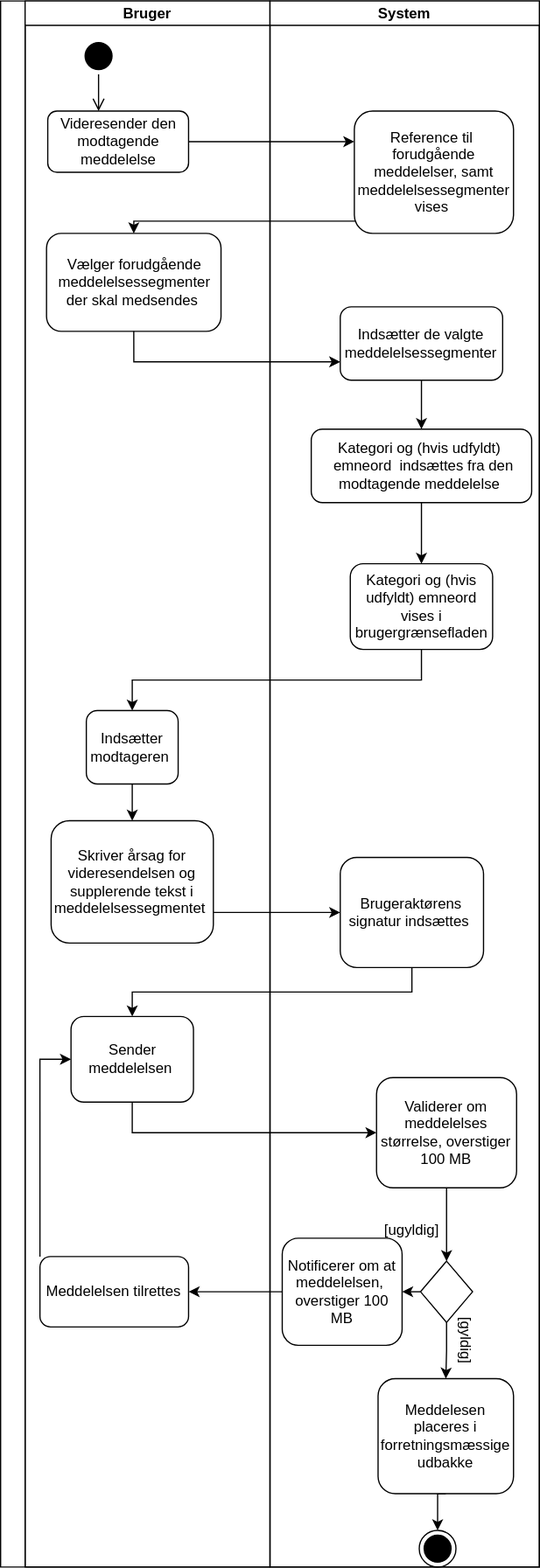
Before: docs/assets/images/DK_S3_VideresendCc.drawio.svg, a diagram exported from draw.io (medcomdk/dk-medcom-carecommunication). Source tidied: cells renumbered, new cells last; positions are measured from the earlier drawing's top-left corner, leaving out a move shared by most shapes.
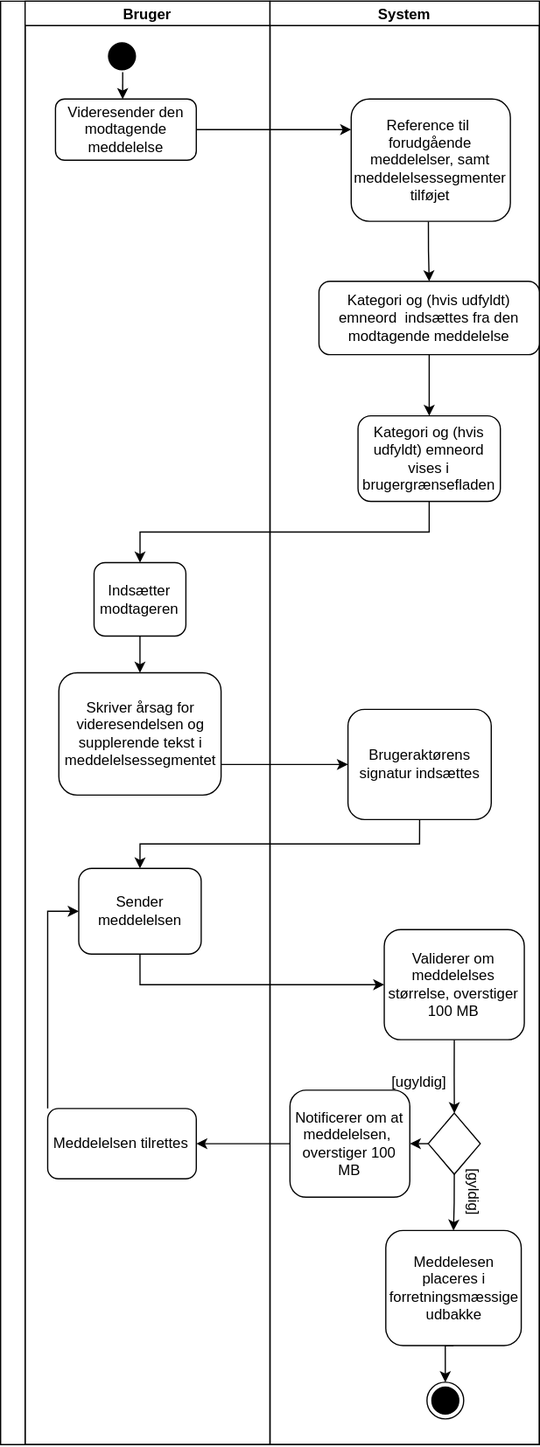
Later version of the same file.

The edit, as a diff of the source:
```diff
@@ -3,95 +3,82 @@
     <mxCell id="0" />
     <mxCell id="1" parent="0" />
     <mxCell id="2" style="swimlane;startSize=20;horizontal=0;" parent="1" vertex="1">
-      <mxGeometry width="440" height="1280" as="geometry" />
+      <mxGeometry width="440" height="1180" as="geometry" />
     </mxCell>
+    <mxCell id="14" style="edgeStyle=orthogonalEdgeStyle;rounded=0;jettySize=auto;html=1;exitX=1;exitY=0.5;exitDx=0;exitDy=0;entryX=0;entryY=0.25;entryDx=0;entryDy=0;" parent="2" edge="1" source="6" target="22">
+      <mxGeometry relative="1" as="geometry" />
+    </mxCell>
+    <mxCell id="17" style="edgeStyle=orthogonalEdgeStyle;rounded=0;jettySize=auto;html=1;exitX=0.5;exitY=1;exitDx=0;exitDy=0;" parent="2" edge="1" source="25" target="8">
+      <mxGeometry relative="1" as="geometry" />
+    </mxCell>
+    <mxCell id="18" style="edgeStyle=orthogonalEdgeStyle;rounded=0;jettySize=auto;html=1;" parent="2" edge="1" source="34" target="11">
+      <mxGeometry relative="1" as="geometry" />
+    </mxCell>
+    <mxCell id="19" style="edgeStyle=orthogonalEdgeStyle;rounded=0;jettySize=auto;html=1;exitX=0.5;exitY=1;exitDx=0;exitDy=0;entryX=0.5;entryY=0;entryDx=0;entryDy=0;" parent="2" edge="1" source="38" target="13">
+      <mxGeometry relative="1" as="geometry" />
+    </mxCell>
+    <mxCell id="20" style="edgeStyle=orthogonalEdgeStyle;rounded=0;jettySize=auto;html=1;exitX=0.5;exitY=1;exitDx=0;exitDy=0;" parent="2" edge="1" source="13" target="29">
+      <mxGeometry relative="1" as="geometry" />
+    </mxCell>
+    <mxCell id="40" style="edgeStyle=orthogonalEdgeStyle;rounded=0;jettySize=auto;html=1;exitX=1;exitY=0.75;exitDx=0;exitDy=0;entryX=0;entryY=0.5;entryDx=0;entryDy=0;" parent="2" edge="1" source="9" target="38">
+      <mxGeometry relative="1" as="geometry" />
+    </mxCell>
     <mxCell id="3" value="Bruger" style="swimlane;startSize=20;" parent="2" vertex="1">
-      <mxGeometry x="20" width="200" height="1280" as="geometry" />
+      <mxGeometry x="20" width="200" height="1180" as="geometry" />
     </mxCell>
+    <mxCell id="41" style="edgeStyle=none;html=1;exitX=0.519;exitY=0.933;exitDx=0;exitDy=0;entryX=0.477;entryY=0.002;entryDx=0;entryDy=0;exitPerimeter=0;entryPerimeter=0;" parent="3" edge="1" source="4" target="6">
+      <mxGeometry relative="1" as="geometry" />
+    </mxCell>
     <mxCell id="4" style="ellipse;html=1;shape=startState;fillColor=#000000;strokeColor=#000000;" parent="3" vertex="1">
-      <mxGeometry x="45" y="30" width="30" height="30" as="geometry" />
+      <mxGeometry x="64.1" y="30" width="30" height="30" as="geometry" />
     </mxCell>
-    <mxCell id="5" style="edgeStyle=orthogonalEdgeStyle;html=1;verticalAlign=bottom;endArrow=open;endSize=8;strokeColor=#000000;rounded=0;" parent="3" edge="1" source="4">
-      <mxGeometry relative="1" as="geometry">
-        <mxPoint x="60" y="90" as="targetPoint" />
-      </mxGeometry>
-    </mxCell>
     <mxCell id="6" value="Videresender den modtagende meddelelse" style="rounded=1;whiteSpace=wrap;html=1;" parent="3" vertex="1">
-      <mxGeometry x="18.5" y="90" width="115" height="50" as="geometry" />
+      <mxGeometry x="24.8" y="80" width="115" height="50" as="geometry" />
     </mxCell>
     <mxCell id="7" style="edgeStyle=orthogonalEdgeStyle;rounded=0;jettySize=auto;html=1;exitX=0.5;exitY=1;exitDx=0;exitDy=0;entryX=0.5;entryY=0;entryDx=0;entryDy=0;" parent="3" edge="1" source="8" target="9">
       <mxGeometry relative="1" as="geometry" />
     </mxCell>
     <mxCell id="8" value="Indsætter modtageren&amp;nbsp;" style="rounded=1;whiteSpace=wrap;html=1;" parent="3" vertex="1">
-      <mxGeometry x="50" y="580" width="75" height="60" as="geometry" />
+      <mxGeometry x="56.3" y="459" width="75" height="60" as="geometry" />
     </mxCell>
     <mxCell id="9" value="Skriver årsag for videresendelsen og supplerende tekst i meddelelsessegmentet&amp;nbsp;" style="rounded=1;whiteSpace=wrap;html=1;" parent="3" vertex="1">
-      <mxGeometry x="21.2" y="670" width="132.5" height="100" as="geometry" />
+      <mxGeometry x="27.6" y="549" width="132.5" height="100" as="geometry" />
     </mxCell>
     <mxCell id="10" style="edgeStyle=orthogonalEdgeStyle;rounded=0;jettySize=auto;html=1;exitX=0;exitY=0;exitDx=0;exitDy=0;entryX=0;entryY=0.5;entryDx=0;entryDy=0;" parent="3" edge="1" source="11" target="13">
       <mxGeometry relative="1" as="geometry" />
     </mxCell>
     <mxCell id="11" value="Meddelelsen tilrettes" style="rounded=1;whiteSpace=wrap;html=1;" parent="3" vertex="1">
-      <mxGeometry x="12.1" y="1026.2" width="121.4" height="57.5" as="geometry" />
+      <mxGeometry x="18.4" y="905.2" width="121.4" height="57.5" as="geometry" />
     </mxCell>
-    <mxCell id="12" value="Vælger forudgående meddelelsessegmenter der skal medsendes&amp;nbsp;" style="rounded=1;whiteSpace=wrap;html=1;" parent="3" vertex="1">
-      <mxGeometry x="17.5" y="190" width="142.5" height="80" as="geometry" />
-    </mxCell>
     <mxCell id="13" value="Sender meddelelsen&amp;nbsp;" style="rounded=1;whiteSpace=wrap;html=1;" parent="3" vertex="1">
-      <mxGeometry x="37.5" y="830" width="100" height="70" as="geometry" />
+      <mxGeometry x="43.8" y="709" width="100" height="70" as="geometry" />
     </mxCell>
-    <mxCell id="14" style="edgeStyle=orthogonalEdgeStyle;rounded=0;jettySize=auto;html=1;exitX=1;exitY=0.5;exitDx=0;exitDy=0;entryX=0;entryY=0.25;entryDx=0;entryDy=0;" parent="2" edge="1" source="6" target="22">
-      <mxGeometry relative="1" as="geometry" />
-    </mxCell>
-    <mxCell id="15" style="edgeStyle=orthogonalEdgeStyle;rounded=0;jettySize=auto;html=1;exitX=0.5;exitY=1;exitDx=0;exitDy=0;entryX=0.5;entryY=0;entryDx=0;entryDy=0;" parent="2" edge="1" source="22" target="12">
-      <mxGeometry relative="1" as="geometry">
-        <Array as="points">
-          <mxPoint x="327" y="180" />
-          <mxPoint x="83" y="180" />
-        </Array>
-      </mxGeometry>
-    </mxCell>
-    <mxCell id="16" style="edgeStyle=orthogonalEdgeStyle;rounded=0;jettySize=auto;html=1;exitX=0.5;exitY=1;exitDx=0;exitDy=0;entryX=0;entryY=0.75;entryDx=0;entryDy=0;" parent="2" edge="1" source="12" target="37">
-      <mxGeometry relative="1" as="geometry" />
-    </mxCell>
-    <mxCell id="17" style="edgeStyle=orthogonalEdgeStyle;rounded=0;jettySize=auto;html=1;exitX=0.5;exitY=1;exitDx=0;exitDy=0;" parent="2" edge="1" source="25" target="8">
-      <mxGeometry relative="1" as="geometry" />
-    </mxCell>
-    <mxCell id="18" style="edgeStyle=orthogonalEdgeStyle;rounded=0;jettySize=auto;html=1;" parent="2" edge="1" source="34" target="11">
-      <mxGeometry relative="1" as="geometry" />
-    </mxCell>
-    <mxCell id="19" style="edgeStyle=orthogonalEdgeStyle;rounded=0;jettySize=auto;html=1;exitX=0.5;exitY=1;exitDx=0;exitDy=0;entryX=0.5;entryY=0;entryDx=0;entryDy=0;" parent="2" edge="1" source="38" target="13">
-      <mxGeometry relative="1" as="geometry" />
-    </mxCell>
-    <mxCell id="20" style="edgeStyle=orthogonalEdgeStyle;rounded=0;jettySize=auto;html=1;exitX=0.5;exitY=1;exitDx=0;exitDy=0;" parent="2" edge="1" source="13" target="29">
-      <mxGeometry relative="1" as="geometry" />
-    </mxCell>
     <mxCell id="21" value="System" style="swimlane;startSize=20;" parent="2" vertex="1">
-      <mxGeometry x="220" width="220" height="1280" as="geometry" />
+      <mxGeometry x="220" width="220" height="1180" as="geometry" />
     </mxCell>
-    <mxCell id="22" value="Reference til&amp;nbsp; forudgående meddelelser, samt meddelelsessegmenter vises&amp;nbsp;" style="rounded=1;whiteSpace=wrap;html=1;" parent="21" vertex="1">
-      <mxGeometry x="68.9" y="90" width="130" height="100" as="geometry" />
+    <mxCell id="22" value="Reference til&amp;nbsp; forudgående meddelelser, samt meddelelsessegmenter tilføjet" style="rounded=1;whiteSpace=wrap;html=1;" parent="21" vertex="1">
+      <mxGeometry x="66.3" y="80" width="130" height="100" as="geometry" />
     </mxCell>
     <mxCell id="23" style="edgeStyle=orthogonalEdgeStyle;rounded=0;jettySize=auto;html=1;entryX=0.5;entryY=0;entryDx=0;entryDy=0;" parent="21" edge="1" source="24" target="25">
       <mxGeometry relative="1" as="geometry" />
     </mxCell>
     <mxCell id="24" value="Kategori og (hvis udfyldt)&amp;nbsp;&lt;br&gt;&amp;nbsp;emneord&amp;nbsp; indsættes fra den modtagende meddelelse&amp;nbsp;" style="rounded=1;whiteSpace=wrap;html=1;" parent="21" vertex="1">
-      <mxGeometry x="33.7" y="350" width="180" height="60" as="geometry" />
+      <mxGeometry x="40" y="229" width="180" height="60" as="geometry" />
     </mxCell>
     <mxCell id="25" value="Kategori og (hvis udfyldt) emneord vises i brugergrænsefladen" style="rounded=1;whiteSpace=wrap;html=1;" parent="21" vertex="1">
-      <mxGeometry x="65.6" y="460" width="116.2" height="70" as="geometry" />
+      <mxGeometry x="71.9" y="339" width="116.2" height="70" as="geometry" />
     </mxCell>
     <mxCell id="26" style="edgeStyle=orthogonalEdgeStyle;rounded=0;jettySize=auto;html=1;exitX=0.5;exitY=1;exitDx=0;exitDy=0;entryX=0.5;entryY=0;entryDx=0;entryDy=0;" parent="21" edge="1" source="27" target="39">
       <mxGeometry relative="1" as="geometry" />
     </mxCell>
     <mxCell id="27" value="Meddelesen placeres i forretningsmæssige udbakke" style="rounded=1;whiteSpace=wrap;html=1;" parent="21" vertex="1">
-      <mxGeometry x="88.3" y="1126" width="110.6" height="94" as="geometry" />
+      <mxGeometry x="94.6" y="1005" width="110.6" height="94" as="geometry" />
     </mxCell>
     <mxCell id="28" style="edgeStyle=orthogonalEdgeStyle;rounded=0;jettySize=auto;html=1;exitX=0.5;exitY=1;exitDx=0;exitDy=0;" parent="21" edge="1" source="29" target="32">
       <mxGeometry relative="1" as="geometry" />
     </mxCell>
     <mxCell id="29" value="Validerer om meddelelses størrelse, overstiger 100 MB" style="rounded=1;whiteSpace=wrap;html=1;" parent="21" vertex="1">
-      <mxGeometry x="87" y="880" width="114.4" height="90" as="geometry" />
+      <mxGeometry x="93.3" y="759" width="114.4" height="90" as="geometry" />
     </mxCell>
     <mxCell id="30" style="edgeStyle=orthogonalEdgeStyle;rounded=0;jettySize=auto;html=1;exitX=0.5;exitY=1;exitDx=0;exitDy=0;" parent="21" edge="1" source="32" target="27">
       <mxGeometry relative="1" as="geometry" />
@@ -100,31 +87,25 @@
       <mxGeometry relative="1" as="geometry" />
     </mxCell>
     <mxCell id="32" style="rhombus;whiteSpace=wrap;html=1;" parent="21" vertex="1">
-      <mxGeometry x="122.9" y="1030" width="42.5" height="50" as="geometry" />
+      <mxGeometry x="129.2" y="909" width="42.5" height="50" as="geometry" />
     </mxCell>
     <mxCell id="33" value="[gyldig]" style="text;html=1;strokeColor=none;fillColor=none;align=center;verticalAlign=middle;whiteSpace=wrap;rounded=0;rotation=90;" parent="21" vertex="1">
-      <mxGeometry x="130" y="1080" width="60" height="30" as="geometry" />
+      <mxGeometry x="136.3" y="959" width="60" height="30" as="geometry" />
     </mxCell>
     <mxCell id="34" value="Notificerer om at meddelelsen,&amp;nbsp; overstiger 100 MB" style="rounded=1;whiteSpace=wrap;html=1;" parent="21" vertex="1">
-      <mxGeometry x="10" y="1011.2" width="97.9" height="87.5" as="geometry" />
+      <mxGeometry x="16.3" y="890.2" width="97.9" height="87.5" as="geometry" />
     </mxCell>
     <mxCell id="35" value="[ugyldig]" style="text;html=1;strokeColor=none;fillColor=none;align=center;verticalAlign=middle;whiteSpace=wrap;rounded=0;rotation=0;" parent="21" vertex="1">
-      <mxGeometry x="85.9" y="990" width="60" height="30" as="geometry" />
+      <mxGeometry x="92.2" y="869" width="60" height="30" as="geometry" />
     </mxCell>
-    <mxCell id="36" style="edgeStyle=orthogonalEdgeStyle;rounded=0;jettySize=auto;html=1;exitX=0.5;exitY=1;exitDx=0;exitDy=0;entryX=0.5;entryY=0;entryDx=0;entryDy=0;" parent="21" edge="1" source="37" target="24">
+    <mxCell id="36" style="edgeStyle=orthogonalEdgeStyle;rounded=0;jettySize=auto;html=1;exitX=0.485;exitY=1.003;exitDx=0;exitDy=0;entryX=0.5;entryY=0;entryDx=0;entryDy=0;exitPerimeter=0;" parent="21" edge="1" source="22" target="24">
       <mxGeometry relative="1" as="geometry" />
     </mxCell>
-    <mxCell id="37" value="Indsætter de valgte meddelelsessegmenter" style="rounded=1;whiteSpace=wrap;html=1;" parent="21" vertex="1">
-      <mxGeometry x="57.4" y="250" width="132.6" height="60" as="geometry" />
-    </mxCell>
     <mxCell id="38" value="Brugeraktørens signatur indsættes&amp;nbsp;" style="rounded=1;whiteSpace=wrap;html=1;" parent="21" vertex="1">
-      <mxGeometry x="57.4" y="700" width="117" height="90" as="geometry" />
+      <mxGeometry x="63.7" y="579" width="117" height="90" as="geometry" />
     </mxCell>
     <mxCell id="39" style="ellipse;html=1;shape=endState;fillColor=#000000;strokeColor=#000000;" parent="21" vertex="1">
-      <mxGeometry x="121.9" y="1250" width="30" height="30" as="geometry" />
+      <mxGeometry x="128.2" y="1129" width="30" height="30" as="geometry" />
     </mxCell>
-    <mxCell id="40" style="edgeStyle=orthogonalEdgeStyle;rounded=0;jettySize=auto;html=1;exitX=1;exitY=0.75;exitDx=0;exitDy=0;entryX=0;entryY=0.5;entryDx=0;entryDy=0;" parent="2" edge="1" source="9" target="38">
-      <mxGeometry relative="1" as="geometry" />
-    </mxCell>
   </root>
 </mxGraphModel>
```
